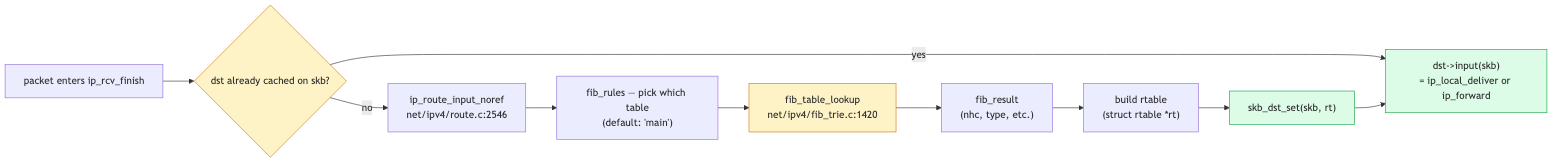
This is linux-net/src/diagrams/day08_route_lookup.png from biefy/books, a Mermaid export, as it was before one commit. Its source is kept beside it as linux-net/src/diagrams/src/day08_route_lookup.mmd. Source of this version:
```mermaid
flowchart LR
    Pkt["packet enters ip_rcv_finish"]
    Cache{"dst already cached on skb?"}
    Lookup["ip_route_input_noref<br/>net/ipv4/route.c:2546"]
    Rules["fib_rules — pick which table<br/>(default: 'main')"]
    Tab["fib_table_lookup<br/>net/ipv4/fib_trie.c:1420"]
    Res["fib_result<br/>(nhc, type, etc.)"]
    Build["build rtable<br/>(struct rtable *rt)"]
    Set["skb_dst_set(skb, rt)"]
    Input["dst->input(skb)<br/>= ip_local_deliver or ip_forward"]

    Pkt --> Cache
    Cache -->|yes| Input
    Cache -->|no| Lookup
    Lookup --> Rules --> Tab --> Res --> Build --> Set --> Input

    classDef hot fill:#fef3c7,stroke:#d97706
    classDef ok fill:#dcfce7,stroke:#16a34a
    class Cache,Tab hot
    class Set,Input ok
```
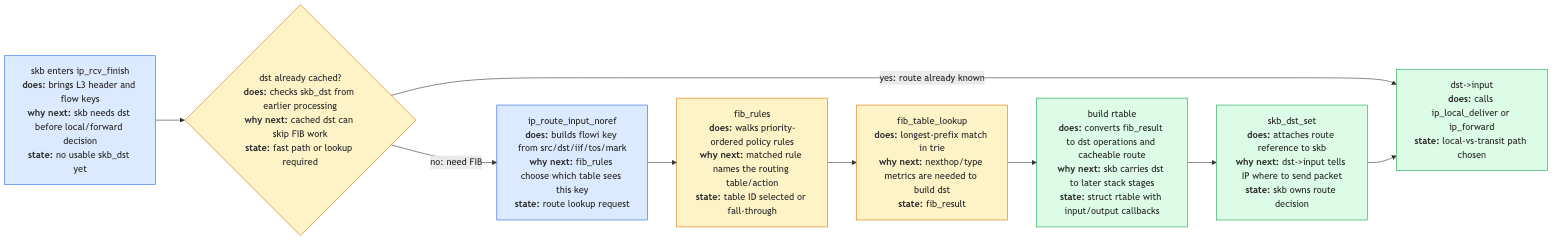
The same file after the commit.

What changed in the source:
```diff
@@ -1,20 +1,20 @@
 flowchart LR
-    Pkt["packet enters ip_rcv_finish"]
-    Cache{"dst already cached on skb?"}
-    Lookup["ip_route_input_noref<br/>net/ipv4/route.c:2546"]
-    Rules["fib_rules — pick which table<br/>(default: 'main')"]
-    Tab["fib_table_lookup<br/>net/ipv4/fib_trie.c:1420"]
-    Res["fib_result<br/>(nhc, type, etc.)"]
-    Build["build rtable<br/>(struct rtable *rt)"]
-    Set["skb_dst_set(skb, rt)"]
-    Input["dst->input(skb)<br/>= ip_local_deliver or ip_forward"]
+    Pkt["skb enters ip_rcv_finish<br/><b>does:</b> brings L3 header and flow keys<br/><b>why next:</b> skb needs dst before local/forward decision<br/><b>state:</b> no usable skb_dst yet"]
+    Cache{"dst already cached?<br/><b>does:</b> checks skb_dst from earlier processing<br/><b>why next:</b> cached dst can skip FIB work<br/><b>state:</b> fast path or lookup required"}
+    Lookup["ip_route_input_noref<br/><b>does:</b> builds flowi key from src/dst/iif/tos/mark<br/><b>why next:</b> fib_rules choose which table sees this key<br/><b>state:</b> route lookup request"]
+    Rules["fib_rules<br/><b>does:</b> walks priority-ordered policy rules<br/><b>why next:</b> matched rule names the routing table/action<br/><b>state:</b> table ID selected or fall-through"]
+    Table["fib_table_lookup<br/><b>does:</b> longest-prefix match in trie<br/><b>why next:</b> nexthop/type metrics are needed to build dst<br/><b>state:</b> fib_result"]
+    Rtable["build rtable<br/><b>does:</b> converts fib_result to dst operations and cacheable route<br/><b>why next:</b> skb carries dst to later stack stages<br/><b>state:</b> struct rtable with input/output callbacks"]
+    Set["skb_dst_set<br/><b>does:</b> attaches route reference to skb<br/><b>why next:</b> dst->input tells IP where to send packet<br/><b>state:</b> skb owns route decision"]
+    Input["dst->input<br/><b>does:</b> calls ip_local_deliver or ip_forward<br/><b>state:</b> local-vs-transit path chosen"]
 
     Pkt --> Cache
-    Cache -->|yes| Input
-    Cache -->|no| Lookup
-    Lookup --> Rules --> Tab --> Res --> Build --> Set --> Input
+    Cache -->|yes: route already known| Input
+    Cache -->|no: need FIB| Lookup --> Rules --> Table --> Rtable --> Set --> Input
 
-    classDef hot fill:#fef3c7,stroke:#d97706
-    classDef ok fill:#dcfce7,stroke:#16a34a
-    class Cache,Tab hot
-    class Set,Input ok
+    classDef key fill:#dbeafe,stroke:#2563eb
+    classDef decision fill:#fef3c7,stroke:#d97706
+    classDef out fill:#dcfce7,stroke:#16a34a
+    class Pkt,Lookup key
+    class Cache,Rules,Table decision
+    class Rtable,Set,Input out
```
